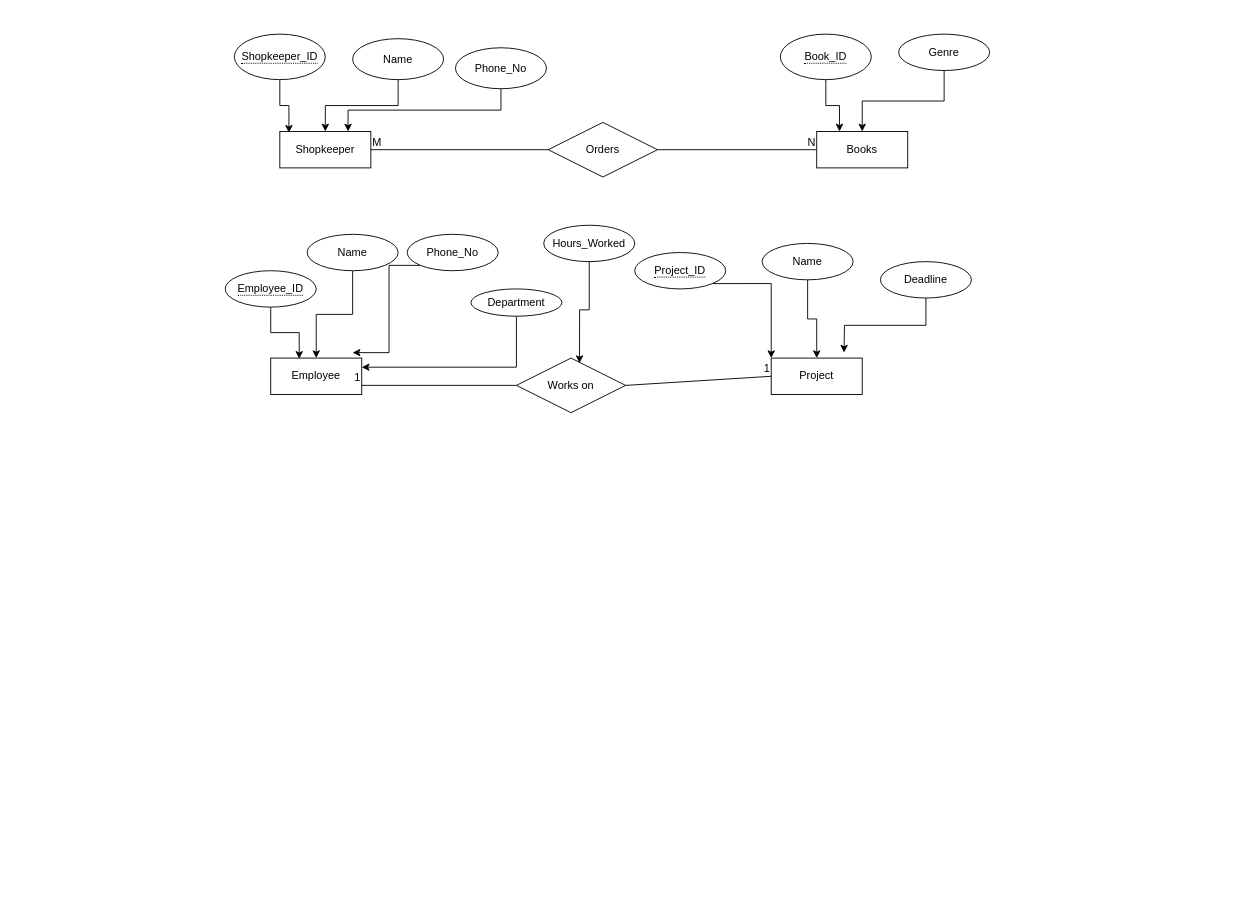
Before: Untitled Diagram.drawio in dhy-ani/dbms, a draw.io diagram. Source tidied: cells renumbered, new cells numbered last; positions are measured from the earlier drawing's top-left corner, leaving out a move shared by most shapes. Both pictures are drawn from the tidied source at 91%, with x=0, y=0 at pixel (225, 34).
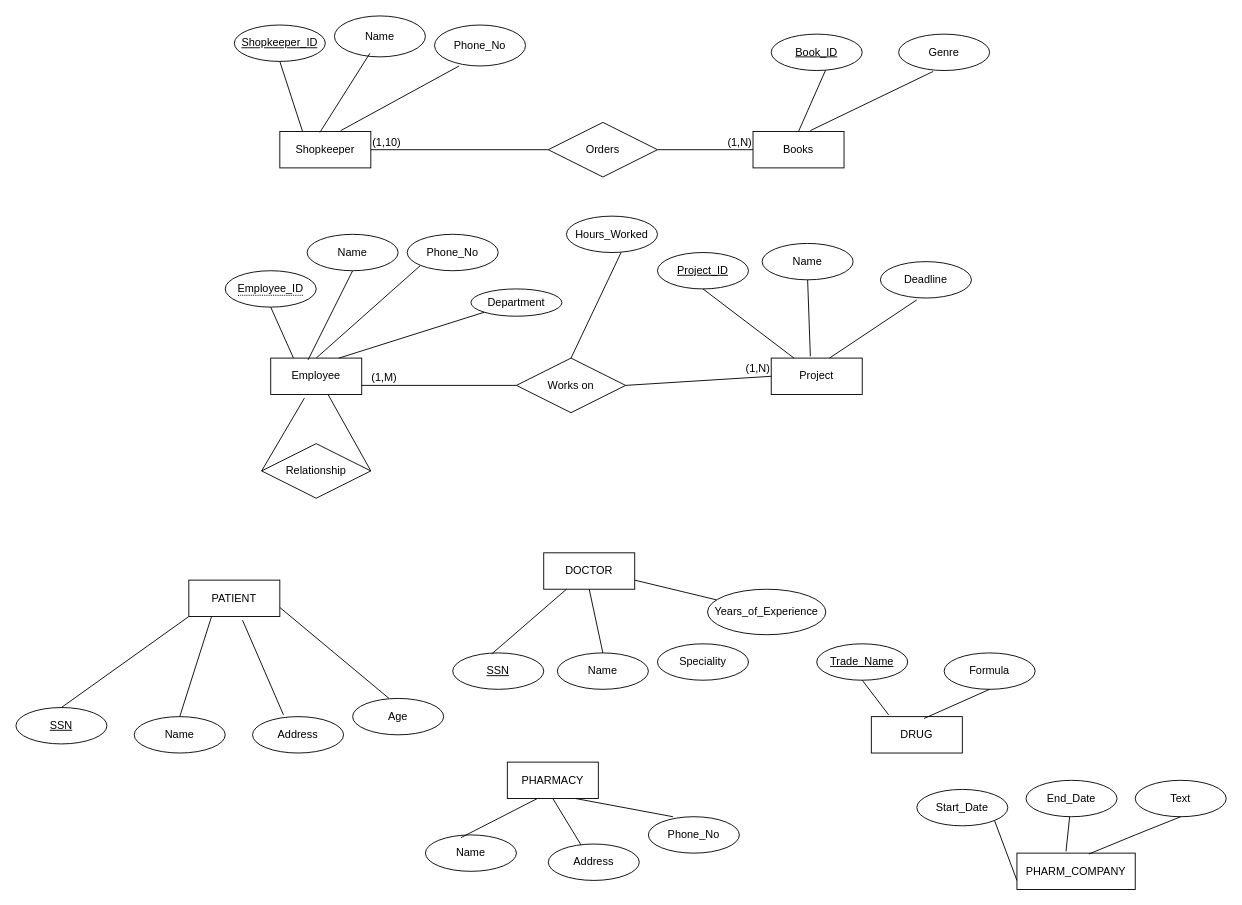
The same diagram, later.

The change refers to these unchanged cells:
```xml
<mxCell id="2" value="Shopkeeper" style="whiteSpace=wrap;html=1;align=center;" parent="1" vertex="1">
  <mxGeometry x="60" y="107" width="100" height="40" as="geometry" />
</mxCell>
<mxCell id="4" style="endArrow=none;html=1;rounded=0;exitX=1;exitY=0.5;exitDx=0;exitDy=0;entryX=0;entryY=0.5;entryDx=0;entryDy=0;" parent="1" edge="1" source="8" target="3">
  <mxGeometry relative="1" as="geometry" />
</mxCell>
<mxCell id="6" style="endArrow=none;html=1;rounded=0;exitX=1;exitY=0.5;exitDx=0;exitDy=0;entryX=0;entryY=0.5;entryDx=0;entryDy=0;" parent="1" edge="1" source="2" target="8">
  <mxGeometry relative="1" as="geometry" />
</mxCell>
<mxCell id="18" value="Genre" style="ellipse;whiteSpace=wrap;html=1;align=center;" parent="1" vertex="1">
  <mxGeometry x="740" width="100" height="40" as="geometry" />
</mxCell>
<mxCell id="19" value="Employee" style="whiteSpace=wrap;html=1;align=center;" parent="1" vertex="1">
  <mxGeometry x="50" y="356" width="100" height="40" as="geometry" />
</mxCell>
<mxCell id="20" value="Project" style="whiteSpace=wrap;html=1;align=center;" parent="1" vertex="1">
  <mxGeometry x="600" y="356" width="100" height="40" as="geometry" />
</mxCell>
<mxCell id="21" style="endArrow=none;html=1;rounded=0;exitX=1;exitY=0.5;exitDx=0;exitDy=0;entryX=0;entryY=0.5;entryDx=0;entryDy=0;" parent="1" edge="1" source="23" target="20">
  <mxGeometry relative="1" as="geometry" />
</mxCell>
<mxCell id="23" value="Works on" style="shape=rhombus;perimeter=rhombusPerimeter;whiteSpace=wrap;html=1;align=center;" parent="1" vertex="1">
  <mxGeometry x="320" y="356" width="120" height="60" as="geometry" />
</mxCell>
<mxCell id="24" value="&lt;span style=&quot;border-bottom: 1px dotted&quot;&gt;Employee_ID&lt;/span&gt;" style="ellipse;whiteSpace=wrap;html=1;align=center;" parent="1" vertex="1">
  <mxGeometry y="260" width="100" height="40" as="geometry" />
</mxCell>
<mxCell id="28" value="Name" style="ellipse;whiteSpace=wrap;html=1;align=center;" parent="1" vertex="1">
  <mxGeometry x="90" y="220" width="100" height="40" as="geometry" />
</mxCell>
<mxCell id="30" value="Phone_No" style="ellipse;whiteSpace=wrap;html=1;align=center;" parent="1" vertex="1">
  <mxGeometry x="200" y="220" width="100" height="40" as="geometry" />
</mxCell>
<mxCell id="32" value="Department" style="ellipse;whiteSpace=wrap;html=1;align=center;" parent="1" vertex="1">
  <mxGeometry x="270" y="280" width="100" height="30" as="geometry" />
</mxCell>
<mxCell id="34" value="Name" style="ellipse;whiteSpace=wrap;html=1;align=center;" parent="1" vertex="1">
  <mxGeometry x="590" y="230" width="100" height="40" as="geometry" />
</mxCell>
<mxCell id="36" value="Deadline" style="ellipse;whiteSpace=wrap;html=1;align=center;" parent="1" vertex="1">
  <mxGeometry x="720" y="250" width="100" height="40" as="geometry" />
</mxCell>
<mxCell id="40" style="endArrow=none;html=1;rounded=0;exitX=0;exitY=0.5;exitDx=0;exitDy=0;entryX=1;entryY=0.75;entryDx=0;entryDy=0;" parent="1" edge="1" source="23" target="19">
  <mxGeometry relative="1" as="geometry" />
</mxCell>
```

Diff of the diagram source:
```diff
@@
     <mxCell id="3" value="Books" style="whiteSpace=wrap;html=1;align=center;" parent="1" vertex="1">
-      <mxGeometry x="650" y="107" width="100" height="40" as="geometry" />
+      <mxGeometry x="580" y="107" width="100" height="40" as="geometry" />
     </mxCell>
@@
-    <mxCell id="5" value="N" style="html=1;whiteSpace=wrap;align=right;verticalAlign=bottom;" parent="4" vertex="1">
+    <mxCell id="5" value="(1,N)" style="html=1;whiteSpace=wrap;align=right;verticalAlign=bottom;" parent="4" vertex="1">
       <mxGeometry x="1" relative="1" as="geometry" />
     </mxCell>
@@
-    <mxCell id="7" value="M" style="html=1;whiteSpace=wrap;align=left;verticalAlign=bottom;" parent="6" vertex="1">
+    <mxCell id="7" value="(1,10)" style="html=1;whiteSpace=wrap;align=left;verticalAlign=bottom;" parent="6" vertex="1">
       <mxGeometry x="-1" relative="1" as="geometry" />
     </mxCell>
@@
-    <mxCell id="9" value="&lt;span style=&quot;border-bottom: 1px dotted&quot;&gt;Shopkeeper_ID&lt;/span&gt;" style="ellipse;whiteSpace=wrap;html=1;align=center;" parent="1" vertex="1">
-      <mxGeometry x="10" width="100" height="50" as="geometry" />
-    </mxCell>
-    <mxCell id="10" style="edgeStyle=orthogonalEdgeStyle;rounded=0;jettySize=auto;html=1;exitX=0.5;exitY=1;exitDx=0;exitDy=0;entryX=0.1;entryY=0.035;entryDx=0;entryDy=0;entryPerimeter=0;" parent="1" edge="1" source="9" target="2">
-      <mxGeometry relative="1" as="geometry" />
-    </mxCell>
-    <mxCell id="11" style="edgeStyle=orthogonalEdgeStyle;rounded=0;jettySize=auto;html=1;exitX=0.5;exitY=1;exitDx=0;exitDy=0;entryX=0.25;entryY=0;entryDx=0;entryDy=0;" parent="1" edge="1" source="12" target="3">
-      <mxGeometry relative="1" as="geometry" />
-    </mxCell>
-    <mxCell id="12" value="&lt;span style=&quot;border-bottom: 1px dotted&quot;&gt;Book_ID&lt;/span&gt;" style="ellipse;whiteSpace=wrap;html=1;align=center;" parent="1" vertex="1">
-      <mxGeometry x="610" width="100" height="50" as="geometry" />
-    </mxCell>
-    <mxCell id="13" style="edgeStyle=orthogonalEdgeStyle;rounded=0;jettySize=auto;html=1;exitX=0.5;exitY=1;exitDx=0;exitDy=0;entryX=0.5;entryY=0;entryDx=0;entryDy=0;" parent="1" edge="1" source="14" target="2">
-      <mxGeometry relative="1" as="geometry" />
-    </mxCell>
     <mxCell id="14" value="Name" style="ellipse;whiteSpace=wrap;html=1;align=center;" parent="1" vertex="1">
-      <mxGeometry x="140" y="5" width="100" height="45" as="geometry" />
+      <mxGeometry x="120" y="-20" width="100" height="45" as="geometry" />
     </mxCell>
-    <mxCell id="15" style="edgeStyle=orthogonalEdgeStyle;rounded=0;jettySize=auto;html=1;exitX=0.5;exitY=1;exitDx=0;exitDy=0;entryX=0.75;entryY=0;entryDx=0;entryDy=0;" parent="1" edge="1" source="16" target="2">
-      <mxGeometry relative="1" as="geometry" />
-    </mxCell>
     <mxCell id="16" value="Phone_No" style="ellipse;whiteSpace=wrap;html=1;align=center;" parent="1" vertex="1">
-      <mxGeometry x="253" y="15" width="100" height="45" as="geometry" />
+      <mxGeometry x="230" y="-10" width="100" height="45" as="geometry" />
     </mxCell>
-    <mxCell id="17" style="edgeStyle=orthogonalEdgeStyle;rounded=0;jettySize=auto;html=1;exitX=0.5;exitY=1;exitDx=0;exitDy=0;" parent="1" edge="1" source="18" target="3">
-      <mxGeometry relative="1" as="geometry" />
-    </mxCell>
@@
-    <mxCell id="22" value="1" style="html=1;whiteSpace=wrap;align=right;verticalAlign=bottom;" parent="21" vertex="1">
+    <mxCell id="22" value="(1,N)" style="html=1;whiteSpace=wrap;align=right;verticalAlign=bottom;" parent="21" vertex="1">
       <mxGeometry x="1" relative="1" as="geometry" />
     </mxCell>
@@
-    <mxCell id="25" style="edgeStyle=orthogonalEdgeStyle;rounded=0;jettySize=auto;html=1;exitX=1;exitY=1;exitDx=0;exitDy=0;entryX=0;entryY=0;entryDx=0;entryDy=0;" parent="1" edge="1" source="26" target="20">
-      <mxGeometry relative="1" as="geometry" />
-    </mxCell>
-    <mxCell id="26" value="&lt;span style=&quot;border-bottom: 1px dotted&quot;&gt;Project_ID&lt;/span&gt;" style="ellipse;whiteSpace=wrap;html=1;align=center;" parent="1" vertex="1">
-      <mxGeometry x="450" y="240" width="100" height="40" as="geometry" />
-    </mxCell>
-    <mxCell id="27" style="edgeStyle=orthogonalEdgeStyle;rounded=0;jettySize=auto;html=1;exitX=0.5;exitY=1;exitDx=0;exitDy=0;entryX=0.5;entryY=0;entryDx=0;entryDy=0;" parent="1" edge="1" source="28" target="19">
-      <mxGeometry relative="1" as="geometry" />
-    </mxCell>
@@
-    <mxCell id="29" style="edgeStyle=orthogonalEdgeStyle;rounded=0;jettySize=auto;html=1;exitX=0;exitY=1;exitDx=0;exitDy=0;" parent="1" edge="1" source="30">
-      <mxGeometry relative="1" as="geometry">
-        <mxPoint x="140" y="350" as="targetPoint" />
-        <Array as="points">
-          <mxPoint x="180" y="254" />
-          <mxPoint x="180" y="350" />
-        </Array>
-      </mxGeometry>
-    </mxCell>
@@
-    <mxCell id="31" style="edgeStyle=orthogonalEdgeStyle;rounded=0;jettySize=auto;html=1;exitX=0.5;exitY=1;exitDx=0;exitDy=0;entryX=1;entryY=0.25;entryDx=0;entryDy=0;" parent="1" edge="1" source="32" target="19">
-      <mxGeometry relative="1" as="geometry" />
-    </mxCell>
@@
-    <mxCell id="33" style="edgeStyle=orthogonalEdgeStyle;rounded=0;jettySize=auto;html=1;" parent="1" edge="1" source="34" target="20">
-      <mxGeometry relative="1" as="geometry" />
-    </mxCell>
@@
-    <mxCell id="35" style="edgeStyle=orthogonalEdgeStyle;rounded=0;jettySize=auto;html=1;exitX=0.5;exitY=1;exitDx=0;exitDy=0;" parent="1" edge="1" source="36">
-      <mxGeometry relative="1" as="geometry">
-        <mxPoint x="680" y="350" as="targetPoint" />
-      </mxGeometry>
-    </mxCell>
@@
     <mxCell id="37" value="Hours_Worked" style="ellipse;whiteSpace=wrap;html=1;align=center;" parent="1" vertex="1">
-      <mxGeometry x="350" y="210" width="100" height="40" as="geometry" />
+      <mxGeometry x="375" y="200" width="100" height="40" as="geometry" />
     </mxCell>
-    <mxCell id="38" style="edgeStyle=orthogonalEdgeStyle;rounded=0;jettySize=auto;html=1;exitX=0.5;exitY=1;exitDx=0;exitDy=0;entryX=0.578;entryY=0.092;entryDx=0;entryDy=0;entryPerimeter=0;" parent="1" edge="1" source="37" target="23">
-      <mxGeometry relative="1" as="geometry" />
-    </mxCell>
-    <mxCell id="39" style="edgeStyle=orthogonalEdgeStyle;rounded=0;jettySize=auto;html=1;exitX=0.5;exitY=1;exitDx=0;exitDy=0;entryX=0.313;entryY=0.021;entryDx=0;entryDy=0;entryPerimeter=0;" parent="1" edge="1" source="24" target="19">
-      <mxGeometry relative="1" as="geometry" />
-    </mxCell>
@@
-    <mxCell id="41" value="1" style="html=1;whiteSpace=wrap;align=right;verticalAlign=bottom;" parent="40" vertex="1">
-      <mxGeometry x="1" relative="1" as="geometry" />
+    <mxCell id="41" value="(1,M)" style="html=1;whiteSpace=wrap;align=right;verticalAlign=bottom;" parent="40" vertex="1">
+      <mxGeometry x="1" relative="1" as="geometry">
+        <mxPoint x="40" as="offset" />
+      </mxGeometry>
     </mxCell>
+    <mxCell id="9" value="Shopkeeper_ID" style="ellipse;whiteSpace=wrap;html=1;align=center;fontStyle=4;" parent="1" vertex="1">
+      <mxGeometry x="10" y="-10" width="100" height="40" as="geometry" />
+    </mxCell>
+    <mxCell id="10" style="endArrow=none;html=1;rounded=0;exitX=0.5;exitY=1;exitDx=0;exitDy=0;entryX=0.25;entryY=0;entryDx=0;entryDy=0;" parent="1" edge="1" source="9" target="2">
+      <mxGeometry relative="1" as="geometry" />
+    </mxCell>
+    <mxCell id="13" style="endArrow=none;html=1;rounded=0;exitX=0.39;exitY=0.911;exitDx=0;exitDy=0;exitPerimeter=0;entryX=0.44;entryY=0.025;entryDx=0;entryDy=0;entryPerimeter=0;" parent="1" edge="1" source="14" target="2">
+      <mxGeometry relative="1" as="geometry" />
+    </mxCell>
+    <mxCell id="42" style="endArrow=none;html=1;rounded=0;exitX=0.67;exitY=-0.025;exitDx=0;exitDy=0;exitPerimeter=0;entryX=0.27;entryY=1;entryDx=0;entryDy=0;entryPerimeter=0;" parent="1" edge="1" source="2" target="16">
+      <mxGeometry relative="1" as="geometry" />
+    </mxCell>
+    <mxCell id="11" style="endArrow=none;html=1;rounded=0;exitX=0.6;exitY=0.975;exitDx=0;exitDy=0;entryX=0.5;entryY=0;entryDx=0;entryDy=0;exitPerimeter=0;" parent="1" edge="1" source="12" target="3">
+      <mxGeometry relative="1" as="geometry" />
+    </mxCell>
+    <mxCell id="12" value="Book_ID" style="ellipse;whiteSpace=wrap;html=1;align=center;fontStyle=4;" parent="1" vertex="1">
+      <mxGeometry x="600" width="100" height="40" as="geometry" />
+    </mxCell>
+    <mxCell id="43" style="endArrow=none;html=1;rounded=0;exitX=0.63;exitY=-0.025;exitDx=0;exitDy=0;exitPerimeter=0;entryX=0.38;entryY=1.025;entryDx=0;entryDy=0;entryPerimeter=0;" parent="1" edge="1" source="3" target="18">
+      <mxGeometry relative="1" as="geometry" />
+    </mxCell>
+    <mxCell id="26" value="Project_ID" style="ellipse;whiteSpace=wrap;html=1;align=center;fontStyle=4;" parent="1" vertex="1">
+      <mxGeometry x="475" y="240" width="100" height="40" as="geometry" />
+    </mxCell>
+    <mxCell id="25" style="endArrow=none;html=1;rounded=0;exitX=0.5;exitY=1;exitDx=0;exitDy=0;entryX=0.25;entryY=0;entryDx=0;entryDy=0;" parent="1" edge="1" source="26" target="20">
+      <mxGeometry relative="1" as="geometry" />
+    </mxCell>
+    <mxCell id="44" style="endArrow=none;html=1;rounded=0;exitX=0.5;exitY=0;exitDx=0;exitDy=0;entryX=0.6;entryY=1;entryDx=0;entryDy=0;entryPerimeter=0;" parent="1" edge="1" source="23" target="37">
+      <mxGeometry relative="1" as="geometry" />
+    </mxCell>
+    <mxCell id="39" style="endArrow=none;html=1;rounded=0;exitX=0.5;exitY=1;exitDx=0;exitDy=0;entryX=0.25;entryY=0;entryDx=0;entryDy=0;" parent="1" edge="1" source="24" target="19">
+      <mxGeometry relative="1" as="geometry" />
+    </mxCell>
+    <mxCell id="45" style="endArrow=none;html=1;rounded=0;exitX=0.41;exitY=0.05;exitDx=0;exitDy=0;exitPerimeter=0;entryX=0.5;entryY=1;entryDx=0;entryDy=0;" parent="1" edge="1" source="19" target="28">
+      <mxGeometry relative="1" as="geometry" />
+    </mxCell>
+    <mxCell id="46" style="endArrow=none;html=1;rounded=0;exitX=0.5;exitY=0;exitDx=0;exitDy=0;entryX=0;entryY=1;entryDx=0;entryDy=0;" parent="1" edge="1" source="19" target="30">
+      <mxGeometry relative="1" as="geometry" />
+    </mxCell>
+    <mxCell id="47" style="endArrow=none;html=1;rounded=0;exitX=0.75;exitY=0;exitDx=0;exitDy=0;entryX=0;entryY=1;entryDx=0;entryDy=0;" parent="1" edge="1" source="19" target="32">
+      <mxGeometry relative="1" as="geometry" />
+    </mxCell>
+    <mxCell id="48" value="Relationship" style="shape=rhombus;perimeter=rhombusPerimeter;whiteSpace=wrap;html=1;align=center;" parent="1" vertex="1">
+      <mxGeometry x="40" y="450" width="120" height="60" as="geometry" />
+    </mxCell>
+    <mxCell id="49" style="endArrow=none;html=1;rounded=0;exitX=0;exitY=0.5;exitDx=0;exitDy=0;entryX=0.37;entryY=1.1;entryDx=0;entryDy=0;entryPerimeter=0;" parent="1" edge="1" source="48" target="19">
+      <mxGeometry relative="1" as="geometry" />
+    </mxCell>
+    <mxCell id="50" style="endArrow=none;html=1;rounded=0;exitX=1;exitY=0.5;exitDx=0;exitDy=0;entryX=0.63;entryY=1;entryDx=0;entryDy=0;entryPerimeter=0;" parent="1" edge="1" source="48" target="19">
+      <mxGeometry relative="1" as="geometry" />
+    </mxCell>
+    <mxCell id="33" style="endArrow=none;html=1;rounded=0;entryX=0.43;entryY=-0.05;entryDx=0;entryDy=0;entryPerimeter=0;exitX=0.5;exitY=1;exitDx=0;exitDy=0;" parent="1" edge="1" source="34" target="20">
+      <mxGeometry relative="1" as="geometry" />
+    </mxCell>
+    <mxCell id="51" style="endArrow=none;html=1;rounded=0;exitX=0.64;exitY=0;exitDx=0;exitDy=0;exitPerimeter=0;entryX=0.4;entryY=1.05;entryDx=0;entryDy=0;entryPerimeter=0;" parent="1" edge="1" source="20" target="36">
+      <mxGeometry relative="1" as="geometry" />
+    </mxCell>
+    <mxCell id="52" value="PATIENT" style="whiteSpace=wrap;html=1;align=center;" parent="1" vertex="1">
+      <mxGeometry x="-40" y="600" width="100" height="40" as="geometry" />
+    </mxCell>
+    <mxCell id="53" value="SSN" style="ellipse;whiteSpace=wrap;html=1;align=center;fontStyle=4;" parent="1" vertex="1">
+      <mxGeometry x="-230" y="740" width="100" height="40" as="geometry" />
+    </mxCell>
+    <mxCell id="54" style="endArrow=none;html=1;rounded=0;exitX=0.5;exitY=0;exitDx=0;exitDy=0;entryX=0;entryY=1;entryDx=0;entryDy=0;" parent="1" edge="1" source="53" target="52">
+      <mxGeometry relative="1" as="geometry" />
+    </mxCell>
+    <mxCell id="55" value="Name" style="ellipse;whiteSpace=wrap;html=1;align=center;" parent="1" vertex="1">
+      <mxGeometry x="-100" y="750" width="100" height="40" as="geometry" />
+    </mxCell>
+    <mxCell id="56" style="endArrow=none;html=1;rounded=0;exitX=0.5;exitY=0;exitDx=0;exitDy=0;entryX=0.25;entryY=1;entryDx=0;entryDy=0;" parent="1" edge="1" source="55" target="52">
+      <mxGeometry relative="1" as="geometry" />
+    </mxCell>
+    <mxCell id="57" value="Address" style="ellipse;whiteSpace=wrap;html=1;align=center;" parent="1" vertex="1">
+      <mxGeometry x="30" y="750" width="100" height="40" as="geometry" />
+    </mxCell>
+    <mxCell id="58" style="endArrow=none;html=1;rounded=0;exitX=0.59;exitY=1.1;exitDx=0;exitDy=0;exitPerimeter=0;entryX=0.34;entryY=-0.05;entryDx=0;entryDy=0;entryPerimeter=0;" parent="1" edge="1" source="52" target="57">
+      <mxGeometry relative="1" as="geometry" />
+    </mxCell>
+    <mxCell id="59" value="Age" style="ellipse;whiteSpace=wrap;html=1;align=center;" parent="1" vertex="1">
+      <mxGeometry x="140" y="730" width="100" height="40" as="geometry" />
+    </mxCell>
+    <mxCell id="60" style="endArrow=none;html=1;rounded=0;exitX=1;exitY=0.75;exitDx=0;exitDy=0;entryX=0.4;entryY=0;entryDx=0;entryDy=0;entryPerimeter=0;" parent="1" edge="1" source="52" target="59">
+      <mxGeometry relative="1" as="geometry" />
+    </mxCell>
+    <mxCell id="61" value="DOCTOR" style="whiteSpace=wrap;html=1;align=center;" parent="1" vertex="1">
+      <mxGeometry x="350" y="570" width="100" height="40" as="geometry" />
+    </mxCell>
+    <mxCell id="62" value="SSN" style="ellipse;whiteSpace=wrap;html=1;align=center;fontStyle=4;" parent="1" vertex="1">
+      <mxGeometry x="250" y="680" width="100" height="40" as="geometry" />
+    </mxCell>
+    <mxCell id="63" style="endArrow=none;html=1;rounded=0;exitX=0.43;exitY=0.025;exitDx=0;exitDy=0;entryX=0.25;entryY=1;entryDx=0;entryDy=0;exitPerimeter=0;" parent="1" edge="1" source="62" target="61">
+      <mxGeometry relative="1" as="geometry" />
+    </mxCell>
+    <mxCell id="64" value="Name" style="ellipse;whiteSpace=wrap;html=1;align=center;" parent="1" vertex="1">
+      <mxGeometry x="365" y="680" width="100" height="40" as="geometry" />
+    </mxCell>
+    <mxCell id="65" style="endArrow=none;html=1;rounded=0;exitX=0.5;exitY=1;exitDx=0;exitDy=0;entryX=0.5;entryY=0;entryDx=0;entryDy=0;" parent="1" edge="1" source="61" target="64">
+      <mxGeometry relative="1" as="geometry" />
+    </mxCell>
+    <mxCell id="66" value="Years_of_Experience" style="ellipse;whiteSpace=wrap;html=1;align=center;" parent="1" vertex="1">
+      <mxGeometry x="530" y="610" width="130" height="50" as="geometry" />
+    </mxCell>
+    <mxCell id="67" value="Speciality" style="ellipse;whiteSpace=wrap;html=1;align=center;" parent="1" vertex="1">
+      <mxGeometry x="475" y="670" width="100" height="40" as="geometry" />
+    </mxCell>
+    <mxCell id="68" style="endArrow=none;html=1;rounded=0;exitX=1;exitY=0.75;exitDx=0;exitDy=0;" parent="1" edge="1" source="61" target="66">
+      <mxGeometry relative="1" as="geometry" />
+    </mxCell>
+    <mxCell id="69" value="PHARMACY" style="whiteSpace=wrap;html=1;align=center;" parent="1" vertex="1">
+      <mxGeometry x="310" y="800" width="100" height="40" as="geometry" />
+    </mxCell>
+    <mxCell id="70" value="Name" style="ellipse;whiteSpace=wrap;html=1;align=center;" parent="1" vertex="1">
+      <mxGeometry x="220" y="880" width="100" height="40" as="geometry" />
+    </mxCell>
+    <mxCell id="71" value="Address" style="ellipse;whiteSpace=wrap;html=1;align=center;" parent="1" vertex="1">
+      <mxGeometry x="355" y="890" width="100" height="40" as="geometry" />
+    </mxCell>
+    <mxCell id="72" value="Phone_No" style="ellipse;whiteSpace=wrap;html=1;align=center;" parent="1" vertex="1">
+      <mxGeometry x="465" y="860" width="100" height="40" as="geometry" />
+    </mxCell>
+    <mxCell id="73" style="endArrow=none;html=1;rounded=0;exitX=0.5;exitY=1;exitDx=0;exitDy=0;entryX=0.36;entryY=0.025;entryDx=0;entryDy=0;entryPerimeter=0;" parent="1" edge="1" source="69" target="71">
+      <mxGeometry relative="1" as="geometry" />
+    </mxCell>
+    <mxCell id="74" style="endArrow=none;html=1;rounded=0;exitX=0.39;exitY=0.075;exitDx=0;exitDy=0;exitPerimeter=0;entryX=0.33;entryY=1;entryDx=0;entryDy=0;entryPerimeter=0;" parent="1" edge="1" source="70" target="69">
+      <mxGeometry relative="1" as="geometry" />
+    </mxCell>
+    <mxCell id="75" style="endArrow=none;html=1;rounded=0;exitX=0.75;exitY=1;exitDx=0;exitDy=0;entryX=0.27;entryY=0;entryDx=0;entryDy=0;entryPerimeter=0;" parent="1" edge="1" source="69" target="72">
+      <mxGeometry relative="1" as="geometry" />
+    </mxCell>
+    <mxCell id="76" value="DRUG" style="whiteSpace=wrap;html=1;align=center;" parent="1" vertex="1">
+      <mxGeometry x="710" y="750" width="100" height="40" as="geometry" />
+    </mxCell>
+    <mxCell id="77" value="Formula" style="ellipse;whiteSpace=wrap;html=1;align=center;" parent="1" vertex="1">
+      <mxGeometry x="790" y="680" width="100" height="40" as="geometry" />
+    </mxCell>
+    <mxCell id="78" style="endArrow=none;html=1;rounded=0;exitX=0.5;exitY=1;exitDx=0;exitDy=0;entryX=0.19;entryY=-0.05;entryDx=0;entryDy=0;entryPerimeter=0;" parent="1" edge="1" source="87" target="76">
+      <mxGeometry relative="1" as="geometry" />
+    </mxCell>
+    <mxCell id="79" style="endArrow=none;html=1;rounded=0;exitX=0.58;exitY=0.05;exitDx=0;exitDy=0;exitPerimeter=0;entryX=0.5;entryY=1;entryDx=0;entryDy=0;" parent="1" edge="1" source="76" target="77">
+      <mxGeometry relative="1" as="geometry" />
+    </mxCell>
+    <mxCell id="80" value="PHARM_COMPANY" style="whiteSpace=wrap;html=1;align=center;" parent="1" vertex="1">
+      <mxGeometry x="870" y="900" width="130" height="40" as="geometry" />
+    </mxCell>
+    <mxCell id="81" value="End_Date" style="ellipse;whiteSpace=wrap;html=1;align=center;" parent="1" vertex="1">
+      <mxGeometry x="880" y="820" width="100" height="40" as="geometry" />
+    </mxCell>
+    <mxCell id="82" value="Text" style="ellipse;whiteSpace=wrap;html=1;align=center;" parent="1" vertex="1">
+      <mxGeometry x="1000" y="820" width="100" height="40" as="geometry" />
+    </mxCell>
+    <mxCell id="83" value="Start_Date" style="ellipse;whiteSpace=wrap;html=1;align=center;" parent="1" vertex="1">
+      <mxGeometry x="760" y="830" width="100" height="40" as="geometry" />
+    </mxCell>
+    <mxCell id="84" style="endArrow=none;html=1;rounded=0;exitX=1;exitY=1;exitDx=0;exitDy=0;entryX=0;entryY=0.75;entryDx=0;entryDy=0;" parent="1" edge="1" source="83" target="80">
+      <mxGeometry relative="1" as="geometry" />
+    </mxCell>
+    <mxCell id="85" style="endArrow=none;html=1;rounded=0;exitX=0.608;exitY=0.025;exitDx=0;exitDy=0;exitPerimeter=0;entryX=0.5;entryY=1;entryDx=0;entryDy=0;" parent="1" edge="1" source="80" target="82">
+      <mxGeometry relative="1" as="geometry">
+        <Array as="points">
+          <mxPoint x="1000" y="880" />
+        </Array>
+      </mxGeometry>
+    </mxCell>
+    <mxCell id="86" style="endArrow=none;html=1;rounded=0;entryX=0.415;entryY=-0.05;entryDx=0;entryDy=0;entryPerimeter=0;" parent="1" edge="1" source="81" target="80">
+      <mxGeometry relative="1" as="geometry" />
+    </mxCell>
+    <mxCell id="87" value="Trade_Name" style="ellipse;whiteSpace=wrap;html=1;align=center;fontStyle=4;" parent="1" vertex="1">
+      <mxGeometry x="650" y="670" width="100" height="40" as="geometry" />
+    </mxCell>
```
